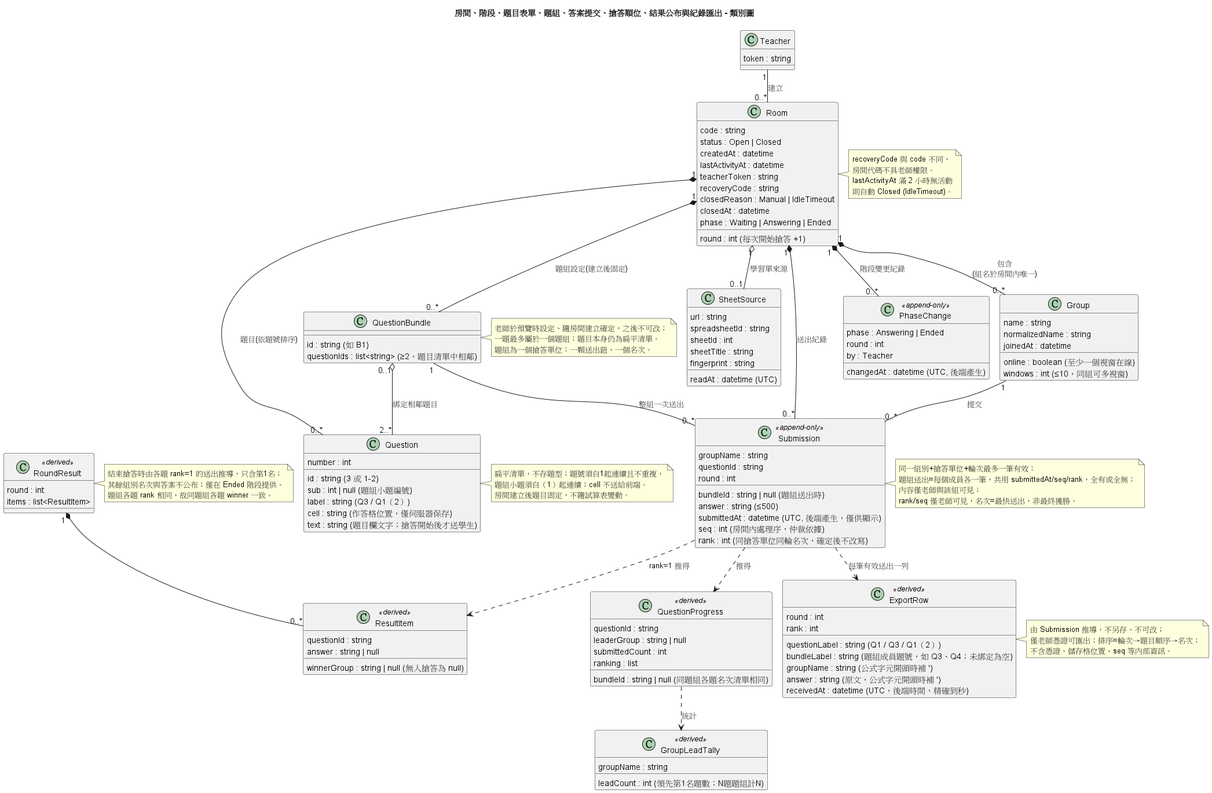
Before: diagrams/class.png, a diagram exported from PlantUML (lin900822/ncu-se-final).
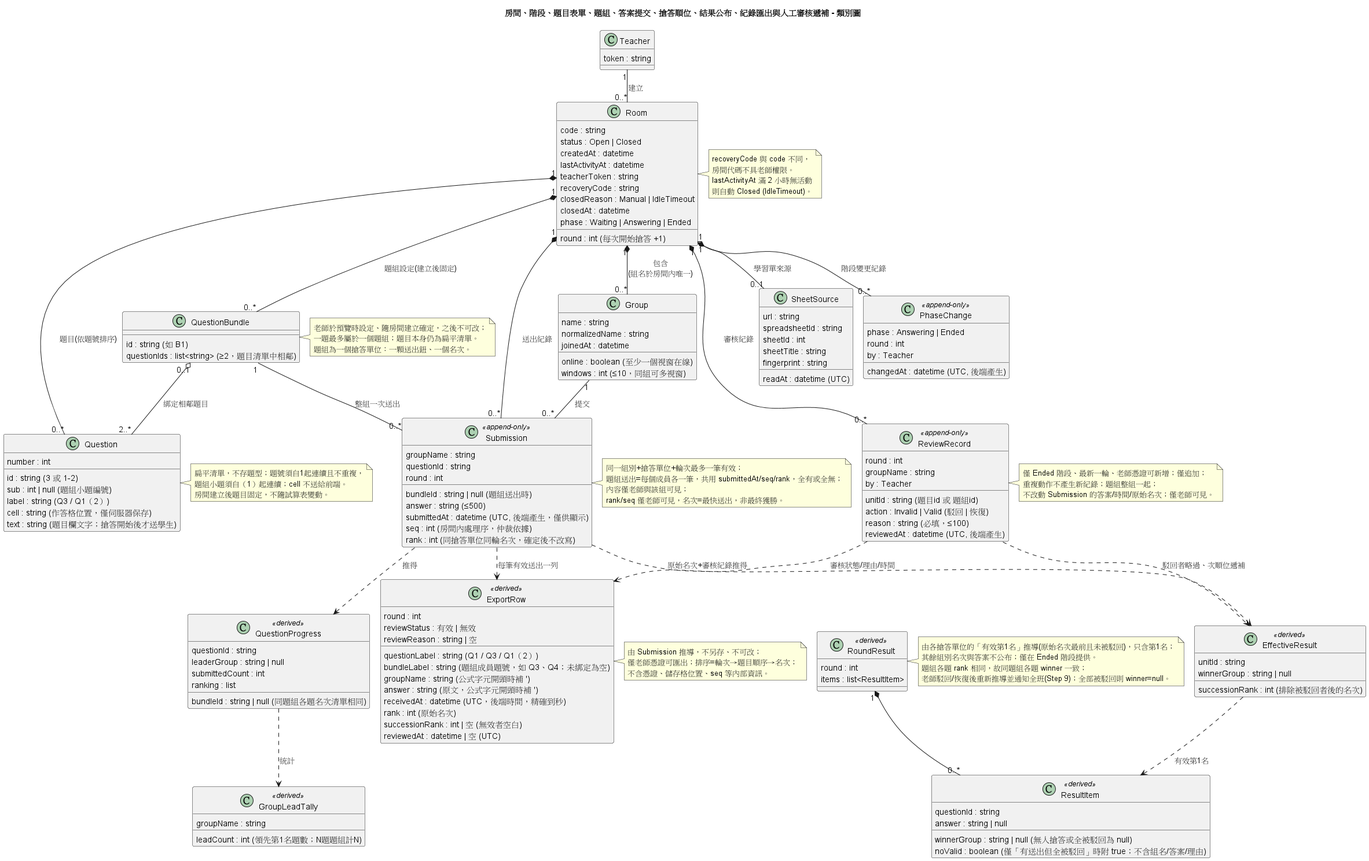
After the change.

Diff of the diagram source:
```diff
@@ -1,6 +1,6 @@
 @startuml class
 !pragma layout smetana
-title 房間、階段、題目表單、題組、答案提交、搶答順位、結果公布與紀錄匯出 - 類別圖
+title 房間、階段、題目表單、題組、答案提交、搶答順位、結果公布、紀錄匯出與人工審核遞補 - 類別圖
 class Room {
   code : string
   status : Open | Closed
@@ -76,14 +76,35 @@
 }
 class ResultItem <<derived>> {
   questionId : string
-  winnerGroup : string | null (無人搶答為 null)
+  winnerGroup : string | null (無人搶答或全被駁回為 null)
+  noValid : boolean (僅「有送出但全被駁回」時附 true；不含組名/答案/理由)
   answer : string | null
 }
 note right of RoundResult
-  結束搶答時由各題 rank=1 的送出推導，只含第1名；
+  由各搶答單位的「有效第1名」推導(原始名次最前且未被駁回)，只含第1名；
   其餘組別名次與答案不公布；僅在 Ended 階段提供。
-  題組各題 rank 相同，故同題組各題 winner 一致。
+  題組各題 rank 相同，故同題組各題 winner 一致；
+  老師駁回/恢復後重新推導並通知全班(Step 9)；全部被駁回則 winner=null。
 end note
+class ReviewRecord <<append-only>> {
+  round : int
+  unitId : string (題目id 或 題組id)
+  groupName : string
+  action : Invalid | Valid (駁回 | 恢復)
+  reason : string (必填，≤100)
+  by : Teacher
+  reviewedAt : datetime (UTC, 後端產生)
+}
+note right of ReviewRecord
+  僅 Ended 階段、最新一輪、老師憑證可新增；僅追加；
+  重複動作不產生新紀錄；題組整組一起；
+  不改動 Submission 的答案/時間/原始名次；僅老師可見。
+end note
+class EffectiveResult <<derived>> {
+  unitId : string
+  winnerGroup : string | null
+  successionRank : int (排除被駁回者後的名次)
+}
 class ExportRow <<derived>> {
   round : int
   questionLabel : string (Q1 / Q3 / Q1（2）)
@@ -91,7 +112,11 @@
   groupName : string (公式字元開頭時補 ')
   answer : string (原文，公式字元開頭時補 ')
   receivedAt : datetime (UTC，後端時間，精確到秒)
-  rank : int
+  rank : int (原始名次)
+  reviewStatus : 有效 | 無效
+  successionRank : int | 空 (無效者空白)
+  reviewReason : string | 空
+  reviewedAt : datetime | 空 (UTC)
 }
 note right of ExportRow
   由 Submission 推導，不另存、不可改；
@@ -126,7 +151,11 @@
 Group "1" -- "0..*" Submission : 提交
 Submission ..> QuestionProgress : 推得
 Submission ..> ExportRow : 每筆有效送出一列
-Submission ..> ResultItem : rank=1 推得
+Submission ..> EffectiveResult : 原始名次+審核紀錄推得
+ReviewRecord ..> EffectiveResult : 駁回者略過、次順位遞補
+EffectiveResult ..> ResultItem : 有效第1名
+ReviewRecord ..> ExportRow : 審核狀態/理由/時間
+Room "1" *-- "0..*" ReviewRecord : 審核紀錄
 RoundResult "1" *-- "0..*" ResultItem
 QuestionProgress ..> GroupLeadTally : 統計
 Room "1" *-- "0..*" Question : 題目(依題號排序)
```
